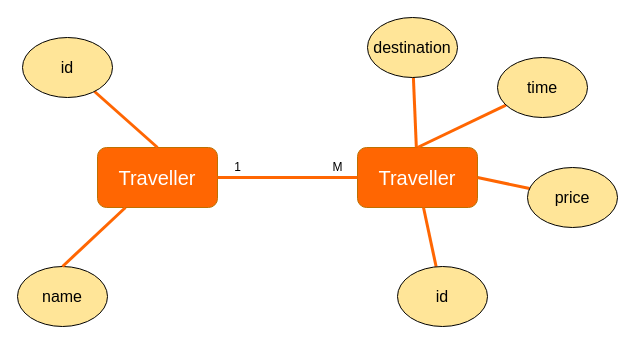
This is 票務系統ERD.drawio from z88243310/bins, a draw.io file, before an edit. Source tidied: cells renumbered, new cells numbered last; positions are measured from the earlier drawing's top-left corner, leaving out a move shared by most shapes. Both pictures are drawn from the tidied source at 100%, with x=0, y=0 at pixel (17, 17).
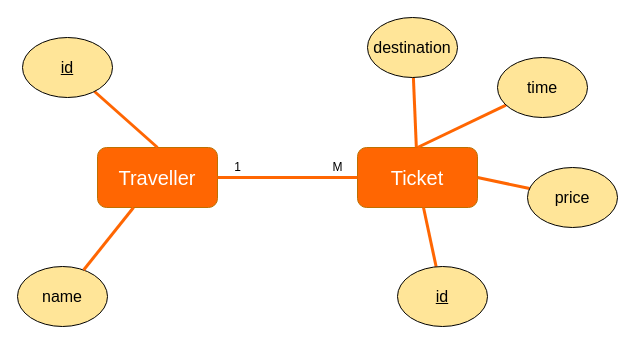
Above is the later version.

Commit message (it also covers changes not shown here):
更新票務系統ERD.drawio

Change to the diagram source:
```diff
@@
 <mxGraphModel>
   <root>
     <mxCell id="0" />
     <mxCell id="1" parent="0" />
     <mxCell id="2" value="Traveller" style="rounded=1;whiteSpace=wrap;html=1;fillColor=#FF6602;strokeColor=#BD7000;fontColor=#FFFFFF;fontSize=20;" parent="1" vertex="1">
       <mxGeometry x="80" y="130" width="120" height="60" as="geometry" />
     </mxCell>
     <mxCell id="3" value="1" style="text;html=1;align=center;verticalAlign=middle;strokeColor=none;fillColor=none;" parent="1" vertex="1">
       <mxGeometry x="210" y="140" width="20" height="20" as="geometry" />
     </mxCell>
     <mxCell id="4" value="&lt;div&gt;M&lt;/div&gt;" style="text;html=1;align=center;verticalAlign=middle;strokeColor=none;fillColor=none;" parent="1" vertex="1">
       <mxGeometry x="310" y="140" width="20" height="20" as="geometry" />
     </mxCell>
     <mxCell id="5" style="edgeStyle=none;rounded=0;jettySize=auto;html=1;entryX=0.5;entryY=0;entryDx=0;entryDy=0;fontSize=16;fontColor=#FFFFFF;endArrow=none;endFill=0;strokeColor=#FF6602;strokeWidth=3;" parent="1" edge="1" source="6" target="2">
       <mxGeometry relative="1" as="geometry" />
     </mxCell>
-    <mxCell id="6" value="id" style="ellipse;whiteSpace=wrap;html=1;fillColor=#FFE598;fontSize=16;" parent="1" vertex="1">
+    <mxCell id="6" value="&lt;u&gt;id&lt;/u&gt;" style="ellipse;whiteSpace=wrap;html=1;fillColor=#FFE598;fontSize=16;" parent="1" vertex="1">
       <mxGeometry x="5" y="20" width="90" height="60" as="geometry" />
     </mxCell>
-    <mxCell id="7" value="Traveller" style="rounded=1;whiteSpace=wrap;html=1;fillColor=#FF6602;strokeColor=#BD7000;fontColor=#FFFFFF;fontSize=20;" parent="1" vertex="1">
+    <mxCell id="7" value="Ticket" style="rounded=1;whiteSpace=wrap;html=1;fillColor=#FF6602;strokeColor=#BD7000;fontColor=#FFFFFF;fontSize=20;" parent="1" vertex="1">
       <mxGeometry x="340" y="130" width="120" height="60" as="geometry" />
     </mxCell>
     <mxCell id="8" value="name" style="ellipse;whiteSpace=wrap;html=1;fillColor=#FFE598;fontSize=16;" parent="1" vertex="1">
       <mxGeometry y="249" width="90" height="60" as="geometry" />
     </mxCell>
     <mxCell id="9" style="edgeStyle=none;rounded=0;jettySize=auto;html=1;fontSize=16;fontColor=#FFFFFF;endArrow=none;endFill=0;strokeColor=#FF6602;strokeWidth=3;" parent="1" edge="1" source="10">
       <mxGeometry relative="1" as="geometry">
         <mxPoint x="406" y="190" as="targetPoint" />
       </mxGeometry>
     </mxCell>
-    <mxCell id="10" value="id" style="ellipse;whiteSpace=wrap;html=1;fillColor=#FFE598;fontSize=16;" parent="1" vertex="1">
+    <mxCell id="10" value="id" style="ellipse;whiteSpace=wrap;html=1;fillColor=#FFE598;fontSize=16;fontStyle=4;" parent="1" vertex="1">
       <mxGeometry x="380" y="249" width="90" height="60" as="geometry" />
     </mxCell>
     <mxCell id="11" style="edgeStyle=none;rounded=0;jettySize=auto;html=1;entryX=1;entryY=0.5;entryDx=0;entryDy=0;fontSize=16;fontColor=#FFFFFF;endArrow=none;endFill=0;strokeColor=#FF6602;strokeWidth=3;" parent="1" edge="1" source="12" target="7">
       <mxGeometry relative="1" as="geometry" />
     </mxCell>
     <mxCell id="12" value="price" style="ellipse;whiteSpace=wrap;html=1;fillColor=#FFE598;fontSize=16;" parent="1" vertex="1">
       <mxGeometry x="510" y="150" width="90" height="60" as="geometry" />
     </mxCell>
     <mxCell id="13" style="edgeStyle=none;rounded=0;jettySize=auto;html=1;entryX=0.5;entryY=0;entryDx=0;entryDy=0;fontSize=16;fontColor=#FFFFFF;endArrow=none;endFill=0;strokeColor=#FF6602;strokeWidth=3;" parent="1" edge="1" source="14" target="7">
       <mxGeometry relative="1" as="geometry" />
     </mxCell>
     <mxCell id="14" value="time" style="ellipse;whiteSpace=wrap;html=1;fillColor=#FFE598;fontSize=16;" parent="1" vertex="1">
       <mxGeometry x="480" y="40" width="90" height="60" as="geometry" />
     </mxCell>
     <mxCell id="15" style="edgeStyle=none;rounded=0;jettySize=auto;html=1;fontSize=16;fontColor=#FFFFFF;endArrow=none;endFill=0;strokeColor=#FF6602;strokeWidth=3;" parent="1" edge="1" source="16" target="7">
       <mxGeometry relative="1" as="geometry" />
     </mxCell>
     <mxCell id="16" value="destination" style="ellipse;whiteSpace=wrap;html=1;fillColor=#FFE598;fontSize=16;" parent="1" vertex="1">
       <mxGeometry x="350" width="90" height="60" as="geometry" />
     </mxCell>
-    <mxCell id="17" style="edgeStyle=none;rounded=0;jettySize=auto;html=1;fontSize=16;fontColor=#FFFFFF;endArrow=none;endFill=0;strokeColor=#FF6602;strokeWidth=3;exitX=0.5;exitY=0;exitDx=0;exitDy=0;" parent="1" edge="1" source="8" target="2">
+    <mxCell id="17" style="edgeStyle=none;rounded=0;jettySize=auto;html=1;fontSize=16;fontColor=#FFFFFF;endArrow=none;endFill=0;strokeColor=#FF6602;strokeWidth=3;" parent="1" edge="1" source="8" target="2">
       <mxGeometry relative="1" as="geometry" />
     </mxCell>
     <mxCell id="18" style="edgeStyle=none;rounded=0;jettySize=auto;html=1;fontSize=16;fontColor=#FFFFFF;endArrow=none;endFill=0;strokeColor=#FF6602;strokeWidth=3;entryX=0;entryY=0.5;entryDx=0;entryDy=0;" parent="1" edge="1" source="2" target="7">
       <mxGeometry relative="1" as="geometry" />
     </mxCell>
   </root>
 </mxGraphModel>
```
